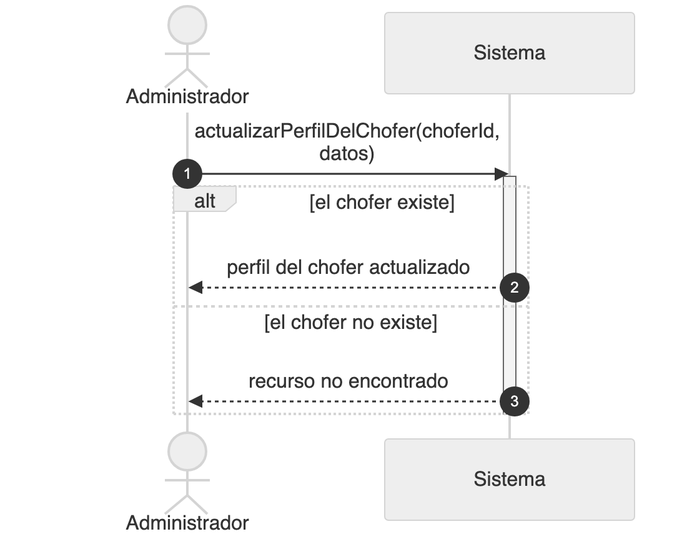
The Mermaid diagram diagramas/png/DSS_CU-096_Actualizar-Perfil-Del-Chofer.png in Nahuelito-Dev/splg-docs, before a commit. Its source is kept beside it as diagramas/DSS_CU-096_Actualizar-Perfil-Del-Chofer.mmd.
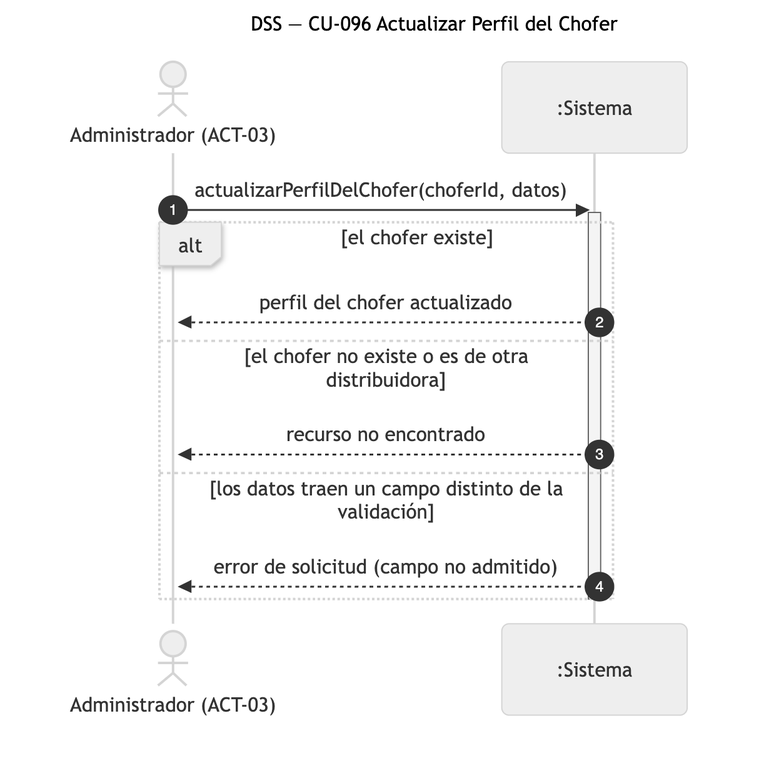
Above is the later version.

Change to the diagram source:
```diff
@@ -1,8 +1,8 @@
 sequenceDiagram
-    title DSS — CU-096 Actualizar Perfil Del Chofer
+    title DSS — CU-096 Actualizar Perfil del Chofer
     autonumber
-    actor ADM as Administrador
-    participant SIS as Sistema
+    actor ADM as Administrador (ACT-03)
+    participant SIS as :Sistema
 
     ADM->>SIS: actualizarPerfilDelChofer(choferId, datos)
     activate SIS
@@ -10,7 +10,7 @@
         SIS-->>ADM: perfil del chofer actualizado
     else el chofer no existe o es de otra distribuidora
         SIS-->>ADM: recurso no encontrado
-    else los datos traen un campo distinto de la validación o el estado de actividad
+    else los datos traen un campo distinto de la validación
         SIS-->>ADM: error de solicitud (campo no admitido)
     end
     deactivate SIS
```
